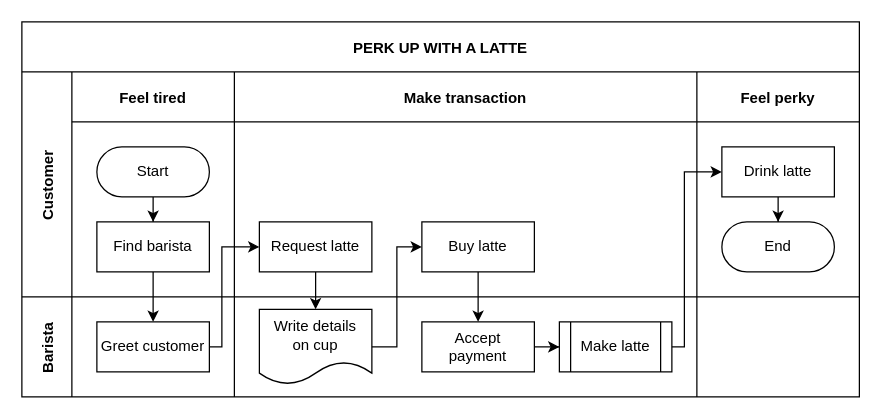
This is PersonalFTPServer.drawio from HarryKito/About-Hairon, a draw.io file, before an edit. Source tidied: cells renumbered, new cells numbered last; positions are measured from the earlier drawing's top-left corner, leaving out a move shared by most shapes. Both pictures are drawn from the tidied source at 125%, with x=0, y=0 at pixel (21, 21).
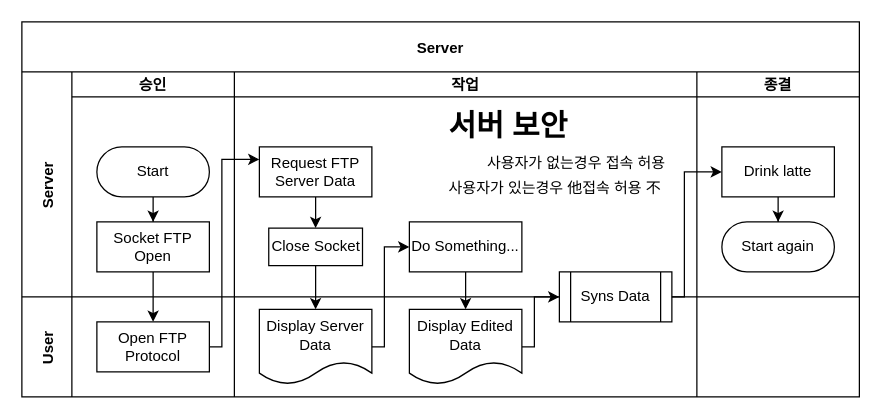
After the change.

The change refers to these unchanged cells:
```xml
<mxCell id="14" value="Drink latte" style="rounded=0;whiteSpace=wrap;html=1;" parent="12" vertex="1">
  <mxGeometry x="20" y="60" width="90" height="40" as="geometry" />
</mxCell>
<mxCell id="17" style="swimlane;swimlaneHead=0;swimlaneBody=0;fillColor=none;startSize=0;fontStyle=1;" parent="16" vertex="1">
  <mxGeometry x="40" width="130" height="80" as="geometry" />
</mxCell>
<mxCell id="19" style="swimlane;swimlaneHead=0;swimlaneBody=0;fillColor=none;startSize=0;fontStyle=1;" parent="16" vertex="1">
  <mxGeometry x="170" width="370" height="80" as="geometry" />
</mxCell>
```

Diff of the diagram source:
```diff
@@
-    <mxCell id="2" value="PERK UP WITH A LATTE" style="shape=table;childLayout=tableLayout;startSize=40;fillColor=none;fontStyle=1;" parent="1" vertex="1">
+    <mxCell id="2" value="Server" style="shape=table;childLayout=tableLayout;startSize=40;fillColor=none;fontStyle=1;" parent="1" vertex="1">
       <mxGeometry width="670" height="300" as="geometry" />
     </mxCell>
@@
-    <mxCell id="4" value="Customer" style="shape=tableRow;horizontal=0;swimlaneHead=0;swimlaneBody=0;top=0;left=0;bottom=0;right=0;fillColor=none;startSize=40;fontStyle=1;" parent="2" vertex="1">
+    <mxCell id="4" value="Server" style="shape=tableRow;horizontal=0;swimlaneHead=0;swimlaneBody=0;top=0;left=0;bottom=0;right=0;fillColor=none;startSize=40;fontStyle=1;" parent="2" vertex="1">
       <mxGeometry y="40" width="670" height="180" as="geometry" />
     </mxCell>
-    <mxCell id="5" value="Feel tired" style="swimlane;swimlaneHead=0;swimlaneBody=0;fillColor=none;startSize=40;fontStyle=1;" parent="4" vertex="1">
+    <mxCell id="5" value="승인" style="swimlane;swimlaneHead=0;swimlaneBody=0;fillColor=none;startSize=20;fontStyle=1;" parent="4" vertex="1">
       <mxGeometry x="40" width="130" height="180" as="geometry" />
     </mxCell>
@@
-    <mxCell id="8" value="Find barista" style="rounded=0;whiteSpace=wrap;html=1;" parent="5" vertex="1">
+    <mxCell id="8" value="Socket FTP Open" style="rounded=0;whiteSpace=wrap;html=1;" parent="5" vertex="1">
       <mxGeometry x="20" y="120" width="90" height="40" as="geometry" />
     </mxCell>
-    <mxCell id="9" value="Make transaction" style="swimlane;swimlaneHead=0;swimlaneBody=0;fillColor=none;startSize=40;fontStyle=1;" parent="4" vertex="1">
+    <mxCell id="9" value="작업" style="swimlane;swimlaneHead=0;swimlaneBody=0;fillColor=none;startSize=20;fontStyle=1;" parent="4" vertex="1">
       <mxGeometry x="170" width="370" height="180" as="geometry" />
     </mxCell>
+    <mxCell id="30" style="edgeStyle=orthogonalEdgeStyle;rounded=0;jettySize=auto;html=1;entryX=0.5;entryY=0;entryDx=0;entryDy=0;" parent="9" edge="1" source="10" target="31">
+      <mxGeometry relative="1" as="geometry" />
+    </mxCell>
-    <mxCell id="10" value="Request latte" style="rounded=0;whiteSpace=wrap;html=1;" parent="9" vertex="1">
-      <mxGeometry x="20" y="120" width="90" height="40" as="geometry" />
+    <mxCell id="10" value="Request FTP Server Data" style="rounded=0;whiteSpace=wrap;html=1;" parent="9" vertex="1">
+      <mxGeometry x="20" y="60" width="90" height="40" as="geometry" />
     </mxCell>
-    <mxCell id="11" value="Buy latte" style="rounded=0;whiteSpace=wrap;html=1;" parent="9" vertex="1">
-      <mxGeometry x="150" y="120" width="90" height="40" as="geometry" />
+    <mxCell id="11" value="Do Something..." style="rounded=0;whiteSpace=wrap;html=1;" parent="9" vertex="1">
+      <mxGeometry x="140" y="120" width="90" height="40" as="geometry" />
     </mxCell>
+    <mxCell id="31" value="Close Socket" style="whiteSpace=wrap;html=1;rounded=0;" parent="9" vertex="1">
+      <mxGeometry x="27.5" y="125" width="75" height="30" as="geometry" />
+    </mxCell>
+    <mxCell id="32" value="&lt;h1 style=&quot;text-align: left; line-height: 70%;&quot;&gt;서버 보안&lt;/h1&gt;&lt;p style=&quot;line-height: 70%;&quot;&gt;사용자가 없는경우 접속 허용&lt;/p&gt;&lt;p style=&quot;line-height: 70%;&quot;&gt;사용자가 있는경우 他접속 허용 不&amp;nbsp;&lt;/p&gt;" style="text;html=1;strokeColor=none;fillColor=none;spacing=5;spacingTop=-20;whiteSpace=wrap;overflow=hidden;rounded=0;align=right;" parent="9" vertex="1">
+      <mxGeometry x="120" y="30" width="230" height="70" as="geometry" />
+    </mxCell>
-    <mxCell id="12" value="Feel perky" style="swimlane;swimlaneHead=0;swimlaneBody=0;fillColor=none;startSize=40;fontStyle=1;" parent="4" vertex="1">
+    <mxCell id="12" value="종결" style="swimlane;swimlaneHead=0;swimlaneBody=0;fillColor=none;startSize=20;fontStyle=1;" parent="4" vertex="1">
       <mxGeometry x="540" width="130" height="180" as="geometry" />
     </mxCell>
@@
-    <mxCell id="15" value="End" style="rounded=1;whiteSpace=wrap;html=1;arcSize=50;" parent="12" vertex="1">
+    <mxCell id="15" value="Start again" style="rounded=1;whiteSpace=wrap;html=1;arcSize=50;" parent="12" vertex="1">
       <mxGeometry x="20" y="120" width="90" height="40" as="geometry" />
     </mxCell>
-    <mxCell id="16" value="Barista" style="shape=tableRow;horizontal=0;swimlaneHead=0;swimlaneBody=0;top=0;left=0;bottom=0;right=0;fillColor=none;startSize=40;fontStyle=1;" parent="2" vertex="1">
+    <mxCell id="16" value="User" style="shape=tableRow;horizontal=0;swimlaneHead=0;swimlaneBody=0;top=0;left=0;bottom=0;right=0;fillColor=none;startSize=40;fontStyle=1;" parent="2" vertex="1">
       <mxGeometry y="220" width="670" height="80" as="geometry" />
     </mxCell>
@@
-    <mxCell id="18" value="Greet customer" style="rounded=0;whiteSpace=wrap;html=1;" parent="17" vertex="1">
+    <mxCell id="18" value="Open FTP Protocol" style="rounded=0;whiteSpace=wrap;html=1;" parent="17" vertex="1">
       <mxGeometry x="20" y="20" width="90" height="40" as="geometry" />
     </mxCell>
@@
-    <mxCell id="20" style="edgeStyle=orthogonalEdgeStyle;rounded=0;jettySize=auto;html=1;" parent="19" edge="1" source="21" target="23">
-      <mxGeometry relative="1" as="geometry" />
+    <mxCell id="20" style="edgeStyle=orthogonalEdgeStyle;rounded=0;jettySize=auto;html=1;exitX=1;exitY=0.5;exitDx=0;exitDy=0;" parent="19" edge="1" source="33" target="23">
+      <mxGeometry relative="1" as="geometry">
+        <Array as="points">
+          <mxPoint x="240" y="40" />
+          <mxPoint x="240" />
+        </Array>
+      </mxGeometry>
     </mxCell>
-    <mxCell id="21" value="Accept&lt;br&gt;payment" style="rounded=0;whiteSpace=wrap;html=1;" parent="19" vertex="1">
-      <mxGeometry x="150" y="20" width="90" height="40" as="geometry" />
-    </mxCell>
-    <mxCell id="22" value="Write details&lt;br&gt;on cup" style="shape=document;whiteSpace=wrap;html=1;boundedLbl=1;" parent="19" vertex="1">
+    <mxCell id="22" value="Display Server Data" style="shape=document;whiteSpace=wrap;html=1;boundedLbl=1;" parent="19" vertex="1">
       <mxGeometry x="20" y="10" width="90" height="60" as="geometry" />
     </mxCell>
-    <mxCell id="23" value="Make latte" style="shape=process;whiteSpace=wrap;html=1;backgroundOutline=1;" parent="19" vertex="1">
-      <mxGeometry x="260" y="20" width="90" height="40" as="geometry" />
+    <mxCell id="23" value="Syns Data" style="shape=process;whiteSpace=wrap;html=1;backgroundOutline=1;" parent="19" vertex="1">
+      <mxGeometry x="260" y="-20" width="90" height="40" as="geometry" />
     </mxCell>
+    <mxCell id="33" value="Display Edited Data" style="shape=document;whiteSpace=wrap;html=1;boundedLbl=1;" parent="19" vertex="1">
+      <mxGeometry x="140" y="10" width="90" height="60" as="geometry" />
+    </mxCell>
@@
     <mxCell id="25" style="edgeStyle=orthogonalEdgeStyle;rounded=0;jettySize=auto;html=1;" parent="2" edge="1" source="18" target="10">
       <mxGeometry relative="1" as="geometry">
         <Array as="points">
           <mxPoint x="160" y="260" />
-          <mxPoint x="160" y="180" />
+          <mxPoint x="160" y="110" />
         </Array>
       </mxGeometry>
     </mxCell>
-    <mxCell id="26" style="edgeStyle=orthogonalEdgeStyle;rounded=0;jettySize=auto;html=1;" parent="2" edge="1" source="10" target="22">
-      <mxGeometry relative="1" as="geometry" />
-    </mxCell>
     <mxCell id="27" style="edgeStyle=orthogonalEdgeStyle;rounded=0;jettySize=auto;html=1;" parent="2" edge="1" source="22" target="11">
       <mxGeometry relative="1" as="geometry">
         <Array as="points">
-          <mxPoint x="300" y="260" />
-          <mxPoint x="300" y="180" />
+          <mxPoint x="290" y="260" />
+          <mxPoint x="290" y="180" />
         </Array>
       </mxGeometry>
     </mxCell>
-    <mxCell id="28" style="edgeStyle=orthogonalEdgeStyle;rounded=0;jettySize=auto;html=1;" parent="2" edge="1" source="11" target="21">
+    <mxCell id="28" style="edgeStyle=orthogonalEdgeStyle;rounded=0;jettySize=auto;html=1;entryX=0.5;entryY=0;entryDx=0;entryDy=0;" parent="2" edge="1" source="11" target="33">
       <mxGeometry relative="1" as="geometry" />
     </mxCell>
     <mxCell id="29" style="edgeStyle=orthogonalEdgeStyle;rounded=0;jettySize=auto;html=1;" parent="2" edge="1" source="23" target="14">
       <mxGeometry relative="1" as="geometry">
         <Array as="points">
-          <mxPoint x="530" y="260" />
+          <mxPoint x="530" y="220" />
           <mxPoint x="530" y="120" />
         </Array>
       </mxGeometry>
     </mxCell>
+    <mxCell id="34" style="edgeStyle=orthogonalEdgeStyle;rounded=0;jettySize=auto;html=1;entryX=0.5;entryY=0;entryDx=0;entryDy=0;" parent="2" edge="1" source="31" target="22">
+      <mxGeometry relative="1" as="geometry" />
+    </mxCell>
```
